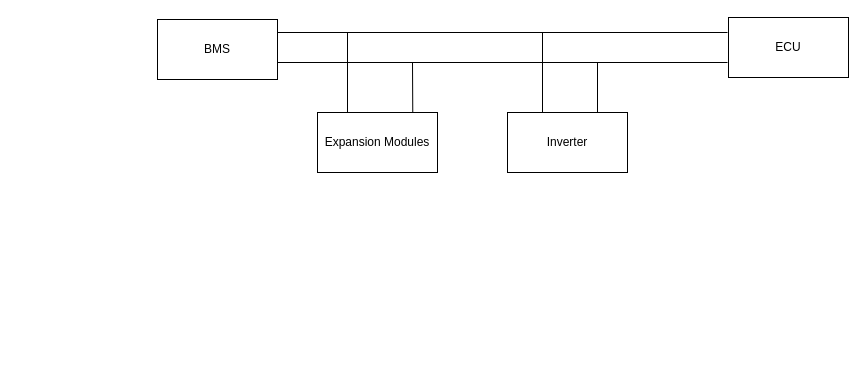
The draw.io diagram page "CAN High Level" (2 of 5) of Diagrams/LV_Design.drawio in RensselaerMotorsport/LV, before the edit. Source tidied: cells renumbered, new cells numbered last; positions are measured from the earlier drawing's top-left corner, leaving out a move shared by most shapes. Both pictures are drawn from the tidied source at 100%, with x=0, y=0 at pixel (157, 17).
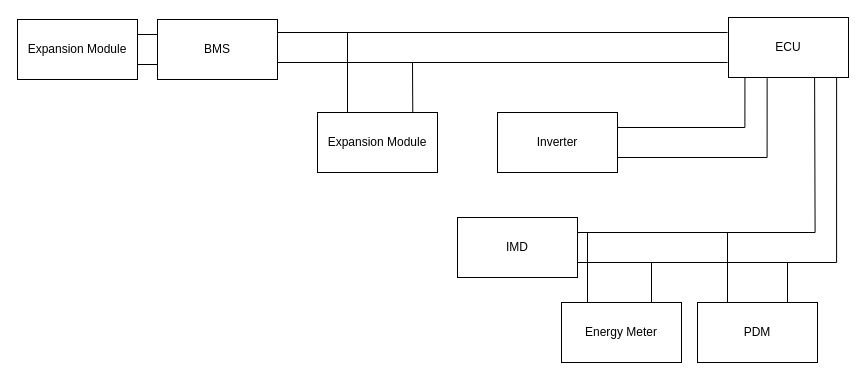
The same diagram, later.

Unchanged cells that the change refers to:
```xml
<mxCell id="2" value="ECU" style="rounded=0;whiteSpace=wrap;html=1;" parent="1" vertex="1">
  <mxGeometry x="571" width="120" height="60" as="geometry" />
</mxCell>
<mxCell id="4" value="BMS" style="rounded=0;whiteSpace=wrap;html=1;" parent="1" vertex="1">
  <mxGeometry y="2" width="120" height="60" as="geometry" />
</mxCell>
```

The edit, as a diff of the source:
```diff
@@
+    <mxCell id="12" style="edgeStyle=orthogonalEdgeStyle;rounded=0;jettySize=auto;html=1;exitX=0.901;exitY=0.983;exitDx=0;exitDy=0;entryX=1;entryY=0.75;entryDx=0;entryDy=0;endArrow=baseDash;endFill=0;exitPerimeter=0;" parent="1" edge="1" source="2" target="19">
+      <mxGeometry relative="1" as="geometry" />
+    </mxCell>
+    <mxCell id="13" style="edgeStyle=orthogonalEdgeStyle;rounded=0;jettySize=auto;html=1;exitX=0.137;exitY=1.001;exitDx=0;exitDy=0;entryX=1;entryY=0.25;entryDx=0;entryDy=0;endArrow=none;endFill=0;exitPerimeter=0;" parent="1" edge="1" source="2" target="3">
+      <mxGeometry relative="1" as="geometry" />
+    </mxCell>
+    <mxCell id="14" style="edgeStyle=orthogonalEdgeStyle;rounded=0;jettySize=auto;html=1;exitX=0.322;exitY=1.01;exitDx=0;exitDy=0;entryX=1;entryY=0.75;entryDx=0;entryDy=0;endArrow=none;endFill=0;exitPerimeter=0;" parent="1" edge="1" source="2" target="3">
+      <mxGeometry relative="1" as="geometry" />
+    </mxCell>
@@
-    <mxCell id="3" value="Inverter" style="rounded=0;whiteSpace=wrap;html=1;" parent="1" vertex="1">
-      <mxGeometry x="350" y="95" width="120" height="60" as="geometry" />
-    </mxCell>
@@
-    <mxCell id="5" value="Expansion Modules" style="rounded=0;whiteSpace=wrap;html=1;" parent="1" vertex="1">
+    <mxCell id="5" value="Expansion Module" style="rounded=0;whiteSpace=wrap;html=1;" parent="1" vertex="1">
       <mxGeometry x="160" y="95" width="120" height="60" as="geometry" />
     </mxCell>
@@
-    <mxCell id="10" style="endArrow=none;html=1;rounded=0;exitX=0.794;exitY=-0.003;exitDx=0;exitDy=0;exitPerimeter=0;" parent="1" edge="1">
-      <mxGeometry relative="1" as="geometry">
-        <mxPoint x="440" y="95" as="sourcePoint" />
-        <mxPoint x="440" y="45" as="targetPoint" />
-      </mxGeometry>
-    </mxCell>
-    <mxCell id="11" style="endArrow=none;html=1;rounded=0;exitX=0.25;exitY=0;exitDx=0;exitDy=0;" parent="1" edge="1">
-      <mxGeometry relative="1" as="geometry">
-        <mxPoint x="385" y="95" as="sourcePoint" />
-        <mxPoint x="385" y="15" as="targetPoint" />
-      </mxGeometry>
-    </mxCell>
+    <mxCell id="15" value="Expansion Module" style="rounded=0;whiteSpace=wrap;html=1;" parent="1" vertex="1">
+      <mxGeometry x="-140" y="2" width="120" height="60" as="geometry" />
+    </mxCell>
+    <mxCell id="16" style="endArrow=none;html=1;rounded=0;exitX=1;exitY=0.25;exitDx=0;exitDy=0;entryX=0;entryY=0.25;entryDx=0;entryDy=0;" parent="1" edge="1" source="15" target="4">
+      <mxGeometry relative="1" as="geometry" />
+    </mxCell>
+    <mxCell id="17" style="endArrow=none;html=1;rounded=0;exitX=1;exitY=0.75;exitDx=0;exitDy=0;entryX=0;entryY=0.75;entryDx=0;entryDy=0;" parent="1" edge="1" source="15" target="4">
+      <mxGeometry relative="1" as="geometry" />
+    </mxCell>
+    <mxCell id="18" value="PDM" style="rounded=0;whiteSpace=wrap;html=1;" parent="1" vertex="1">
+      <mxGeometry x="540" y="285" width="120" height="60" as="geometry" />
+    </mxCell>
+    <mxCell id="19" value="IMD" style="rounded=0;whiteSpace=wrap;html=1;" parent="1" vertex="1">
+      <mxGeometry x="300" y="200" width="120" height="60" as="geometry" />
+    </mxCell>
+    <mxCell id="20" value="Energy Meter" style="rounded=0;whiteSpace=wrap;html=1;" parent="1" vertex="1">
+      <mxGeometry x="404" y="285" width="120" height="60" as="geometry" />
+    </mxCell>
+    <mxCell id="21" style="endArrow=none;html=1;rounded=0;exitX=0.25;exitY=0;exitDx=0;exitDy=0;" parent="1" edge="1">
+      <mxGeometry relative="1" as="geometry">
+        <mxPoint x="570" y="285" as="sourcePoint" />
+        <mxPoint x="570" y="215" as="targetPoint" />
+      </mxGeometry>
+    </mxCell>
+    <mxCell id="22" style="endArrow=none;html=1;rounded=0;exitX=0.25;exitY=0;exitDx=0;exitDy=0;" parent="1" edge="1">
+      <mxGeometry relative="1" as="geometry">
+        <mxPoint x="430" y="285" as="sourcePoint" />
+        <mxPoint x="430" y="215" as="targetPoint" />
+      </mxGeometry>
+    </mxCell>
+    <mxCell id="23" style="endArrow=none;html=1;rounded=0;exitX=0.75;exitY=0;exitDx=0;exitDy=0;" parent="1" edge="1" source="20">
+      <mxGeometry relative="1" as="geometry">
+        <mxPoint x="494" y="245" as="targetPoint" />
+      </mxGeometry>
+    </mxCell>
+    <mxCell id="24" style="endArrow=none;html=1;rounded=0;exitX=0.75;exitY=0;exitDx=0;exitDy=0;" parent="1" edge="1">
+      <mxGeometry relative="1" as="geometry">
+        <mxPoint x="630" y="285" as="sourcePoint" />
+        <mxPoint x="630" y="245" as="targetPoint" />
+      </mxGeometry>
+    </mxCell>
+    <mxCell id="3" value="Inverter" style="rounded=0;whiteSpace=wrap;html=1;" parent="1" vertex="1">
+      <mxGeometry x="340" y="95" width="120" height="60" as="geometry" />
+    </mxCell>
+    <mxCell id="25" style="edgeStyle=orthogonalEdgeStyle;rounded=0;jettySize=auto;html=1;exitX=1;exitY=0.25;exitDx=0;exitDy=0;entryX=0.634;entryY=1.002;entryDx=0;entryDy=0;endArrow=none;endFill=0;entryPerimeter=0;" parent="1" edge="1" source="19">
+      <mxGeometry relative="1" as="geometry">
+        <mxPoint x="657.1" y="60" as="targetPoint" />
+      </mxGeometry>
+    </mxCell>
```
